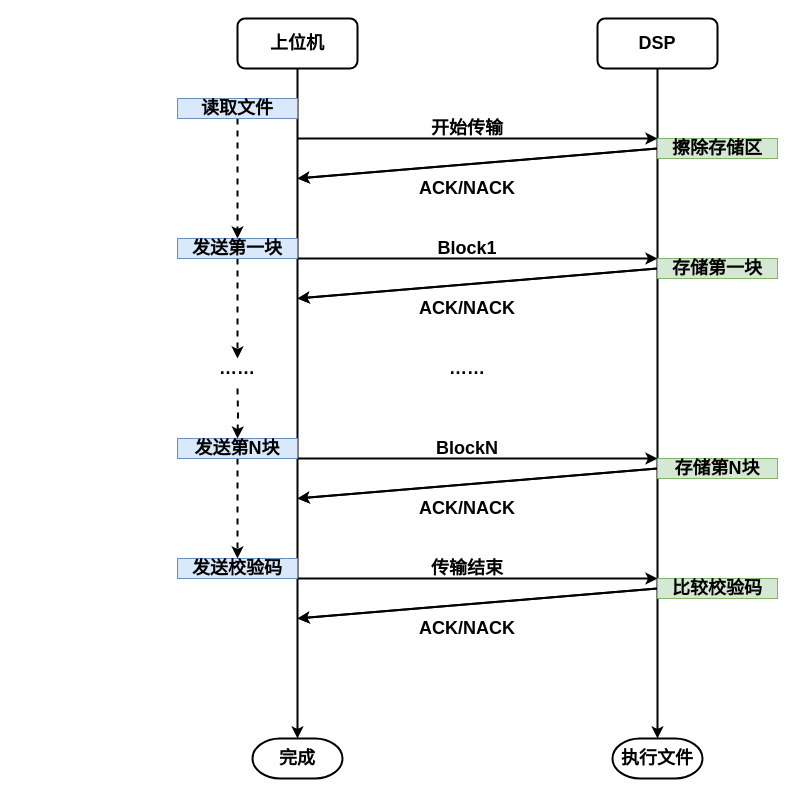
yintianlan/Picture_Draw keeps this draw.io diagram as page "Updata_1" (3 of 3) of DSP_UART.drawio. Above is the earlier version. Source tidied: cells renumbered, new cells numbered last; positions are measured from the earlier drawing's top-left corner, leaving out a move shared by most shapes. Both pictures are drawn from the tidied source at 100%, with x=0, y=0 at pixel (177, 18).
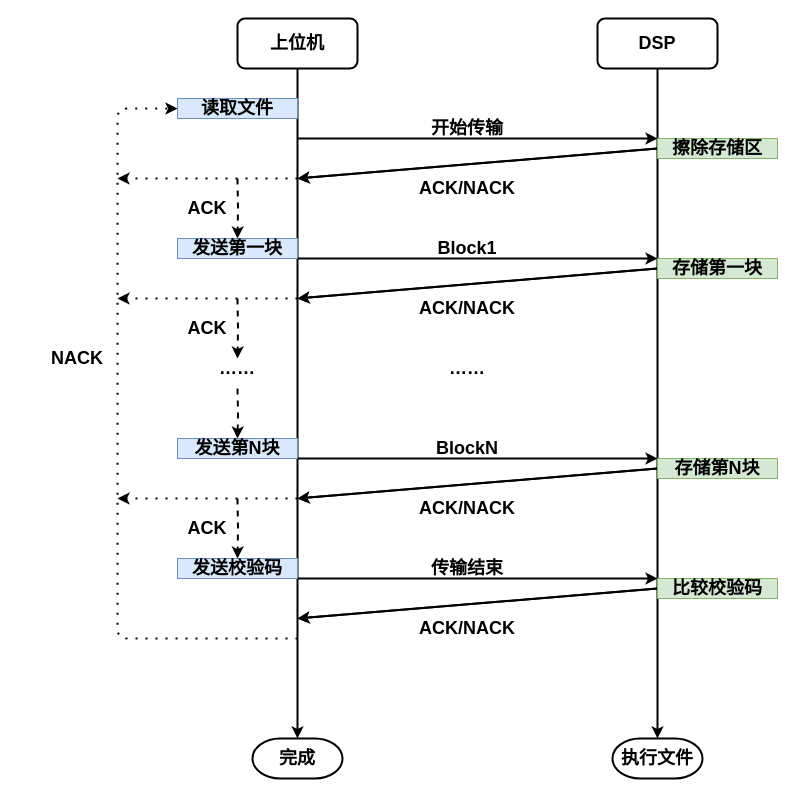
The same diagram, later.

Unchanged cells that the change refers to:
```xml
<mxCell id="21" value="读取文件" style="text;html=1;strokeColor=#6c8ebf;fillColor=#dae8fc;align=center;verticalAlign=middle;whiteSpace=wrap;rounded=0;fontSize=18;fontStyle=1;" parent="1" vertex="1">
  <mxGeometry y="80" width="120" height="20" as="geometry" />
</mxCell>
<mxCell id="25" value="发送第一块" style="text;html=1;strokeColor=#6c8ebf;fillColor=#dae8fc;align=center;verticalAlign=middle;whiteSpace=wrap;rounded=0;fontSize=18;fontStyle=1;" parent="1" vertex="1">
  <mxGeometry y="220" width="120" height="20" as="geometry" />
</mxCell>
<mxCell id="36" value="发送校验码" style="text;html=1;strokeColor=#6c8ebf;fillColor=#dae8fc;align=center;verticalAlign=middle;whiteSpace=wrap;rounded=0;fontSize=18;fontStyle=1;" parent="1" vertex="1">
  <mxGeometry y="540" width="120" height="20" as="geometry" />
</mxCell>
<mxCell id="38" value="发送第N块" style="text;html=1;strokeColor=#6c8ebf;fillColor=#dae8fc;align=center;verticalAlign=middle;whiteSpace=wrap;rounded=0;fontSize=18;fontStyle=1;" parent="1" vertex="1">
  <mxGeometry y="420" width="120" height="20" as="geometry" />
</mxCell>
<mxCell id="43" value="……" style="text;html=1;strokeColor=none;fillColor=none;align=center;verticalAlign=middle;whiteSpace=wrap;rounded=0;fontSize=18;fontStyle=1;" parent="1" vertex="1">
  <mxGeometry y="340" width="120" height="20" as="geometry" />
</mxCell>
```

Diff of the diagram source:
```diff
@@
-    <mxCell id="20" style="edgeStyle=orthogonalEdgeStyle;rounded=0;jettySize=auto;html=1;exitX=0.5;exitY=1;exitDx=0;exitDy=0;entryX=0.5;entryY=0;entryDx=0;entryDy=0;strokeWidth=2;fontSize=18;dashed=1;" parent="1" edge="1" source="21" target="25">
-      <mxGeometry relative="1" as="geometry" />
+    <mxCell id="20" style="edgeStyle=orthogonalEdgeStyle;rounded=0;jettySize=auto;html=1;entryX=0.5;entryY=0;entryDx=0;entryDy=0;strokeWidth=2;fontSize=18;dashed=1;" parent="1" edge="1" target="25">
+      <mxGeometry relative="1" as="geometry">
+        <mxPoint x="60" y="160" as="sourcePoint" />
+      </mxGeometry>
     </mxCell>
@@
-    <mxCell id="24" style="edgeStyle=orthogonalEdgeStyle;rounded=0;jettySize=auto;html=1;exitX=0.5;exitY=1;exitDx=0;exitDy=0;dashed=1;strokeWidth=2;fontSize=18;entryX=0.5;entryY=0;entryDx=0;entryDy=0;" parent="1" edge="1" source="25" target="43">
-      <mxGeometry relative="1" as="geometry" />
+    <mxCell id="24" style="edgeStyle=orthogonalEdgeStyle;rounded=0;jettySize=auto;html=1;dashed=1;strokeWidth=2;fontSize=18;entryX=0.5;entryY=0;entryDx=0;entryDy=0;" parent="1" edge="1" target="43">
+      <mxGeometry relative="1" as="geometry">
+        <mxPoint x="60" y="280" as="sourcePoint" />
+      </mxGeometry>
     </mxCell>
@@
-    <mxCell id="37" style="edgeStyle=orthogonalEdgeStyle;rounded=0;jettySize=auto;html=1;exitX=0.5;exitY=1;exitDx=0;exitDy=0;entryX=0.5;entryY=0;entryDx=0;entryDy=0;dashed=1;strokeWidth=2;fontSize=18;" parent="1" edge="1" source="38" target="36">
-      <mxGeometry relative="1" as="geometry" />
+    <mxCell id="37" style="edgeStyle=orthogonalEdgeStyle;rounded=0;jettySize=auto;html=1;entryX=0.5;entryY=0;entryDx=0;entryDy=0;dashed=1;strokeWidth=2;fontSize=18;" parent="1" edge="1" target="36">
+      <mxGeometry relative="1" as="geometry">
+        <mxPoint x="60" y="480" as="sourcePoint" />
+      </mxGeometry>
     </mxCell>
@@
+    <mxCell id="44" style="edgeStyle=elbowEdgeStyle;elbow=horizontal;endArrow=classic;html=1;dashed=1;strokeWidth=2;fontSize=18;dashPattern=1 4;" parent="1" edge="1">
+      <mxGeometry relative="1" as="geometry">
+        <mxPoint x="120" y="620" as="sourcePoint" />
+        <mxPoint y="90" as="targetPoint" />
+        <Array as="points">
+          <mxPoint x="-60" y="350" />
+        </Array>
+      </mxGeometry>
+    </mxCell>
+    <mxCell id="45" style="endArrow=classic;html=1;dashed=1;strokeWidth=2;fontSize=18;dashPattern=1 4;" parent="1" edge="1">
+      <mxGeometry relative="1" as="geometry">
+        <mxPoint x="120" y="160" as="sourcePoint" />
+        <mxPoint x="-60" y="160" as="targetPoint" />
+      </mxGeometry>
+    </mxCell>
+    <mxCell id="46" style="endArrow=classic;html=1;dashed=1;strokeWidth=2;fontSize=18;dashPattern=1 4;" parent="1" edge="1">
+      <mxGeometry relative="1" as="geometry">
+        <mxPoint x="120" y="280" as="sourcePoint" />
+        <mxPoint x="-60" y="280" as="targetPoint" />
+      </mxGeometry>
+    </mxCell>
+    <mxCell id="47" style="endArrow=classic;html=1;dashed=1;strokeWidth=2;fontSize=18;dashPattern=1 4;" parent="1" edge="1">
+      <mxGeometry relative="1" as="geometry">
+        <mxPoint x="120" y="480" as="sourcePoint" />
+        <mxPoint x="-60" y="480" as="targetPoint" />
+      </mxGeometry>
+    </mxCell>
+    <mxCell id="48" value="NACK" style="text;html=1;strokeColor=none;fillColor=none;align=center;verticalAlign=middle;whiteSpace=wrap;rounded=0;fontSize=18;fontStyle=1;" parent="1" vertex="1">
+      <mxGeometry x="-160" y="330" width="120" height="20" as="geometry" />
+    </mxCell>
+    <mxCell id="49" value="ACK" style="text;html=1;strokeColor=none;fillColor=none;align=center;verticalAlign=middle;whiteSpace=wrap;rounded=0;fontSize=18;fontStyle=1;" parent="1" vertex="1">
+      <mxGeometry x="-30" y="180" width="120" height="20" as="geometry" />
+    </mxCell>
+    <mxCell id="50" value="ACK" style="text;html=1;strokeColor=none;fillColor=none;align=center;verticalAlign=middle;whiteSpace=wrap;rounded=0;fontSize=18;fontStyle=1;" parent="1" vertex="1">
+      <mxGeometry x="-30" y="300" width="120" height="20" as="geometry" />
+    </mxCell>
+    <mxCell id="51" value="ACK" style="text;html=1;strokeColor=none;fillColor=none;align=center;verticalAlign=middle;whiteSpace=wrap;rounded=0;fontSize=18;fontStyle=1;" parent="1" vertex="1">
+      <mxGeometry x="-30" y="500" width="120" height="20" as="geometry" />
+    </mxCell>
```
